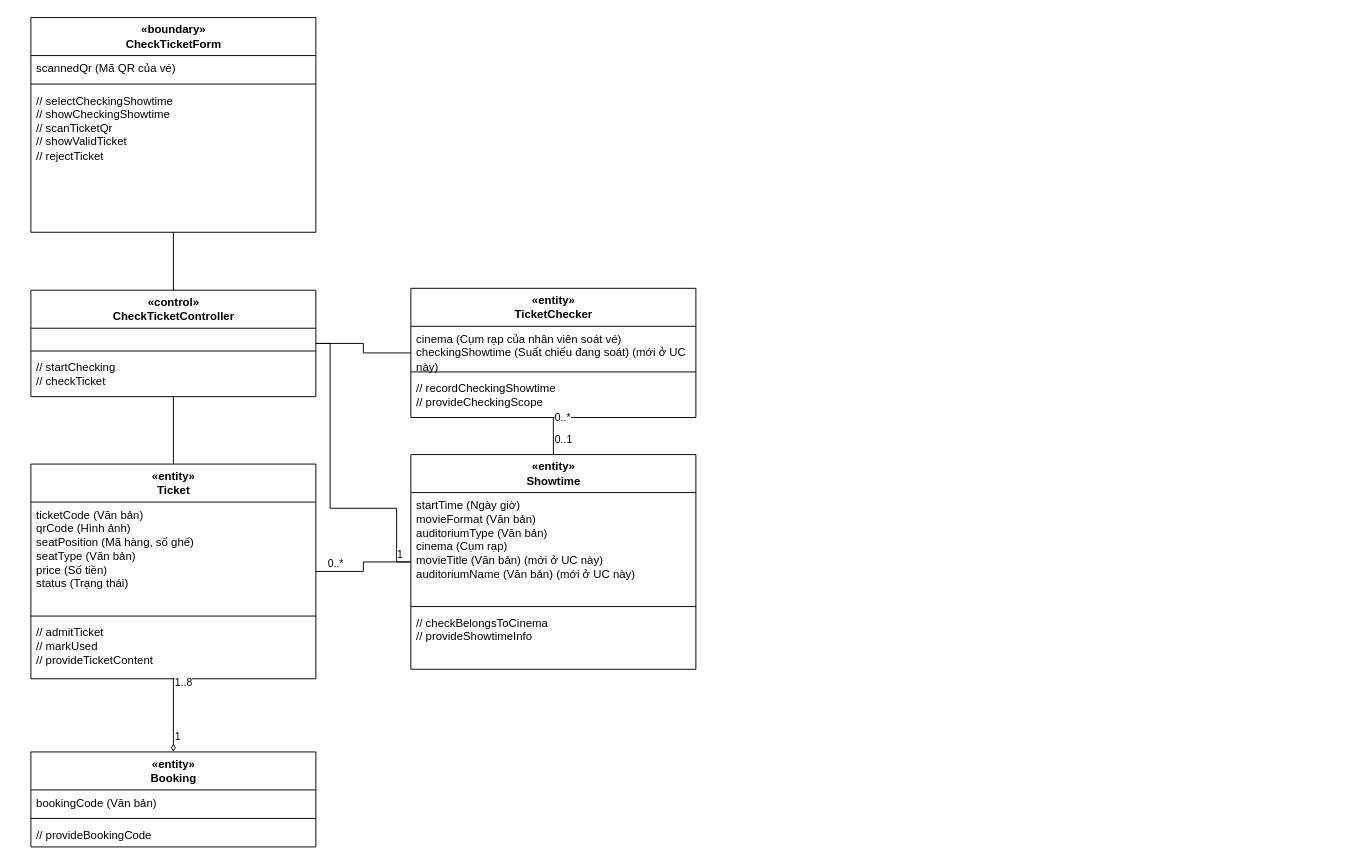
This is design/diagrams/P07-class-UC-009.drawio from luytbq/app-dat-ve-xem-phim, a draw.io file, before an edit. Source tidied: cells renumbered, new cells numbered last; positions are measured from the earlier drawing's top-left corner, leaving out a move shared by most shapes. Both pictures are drawn from the tidied source at 95%, with x=0, y=0 at pixel (30, 17).
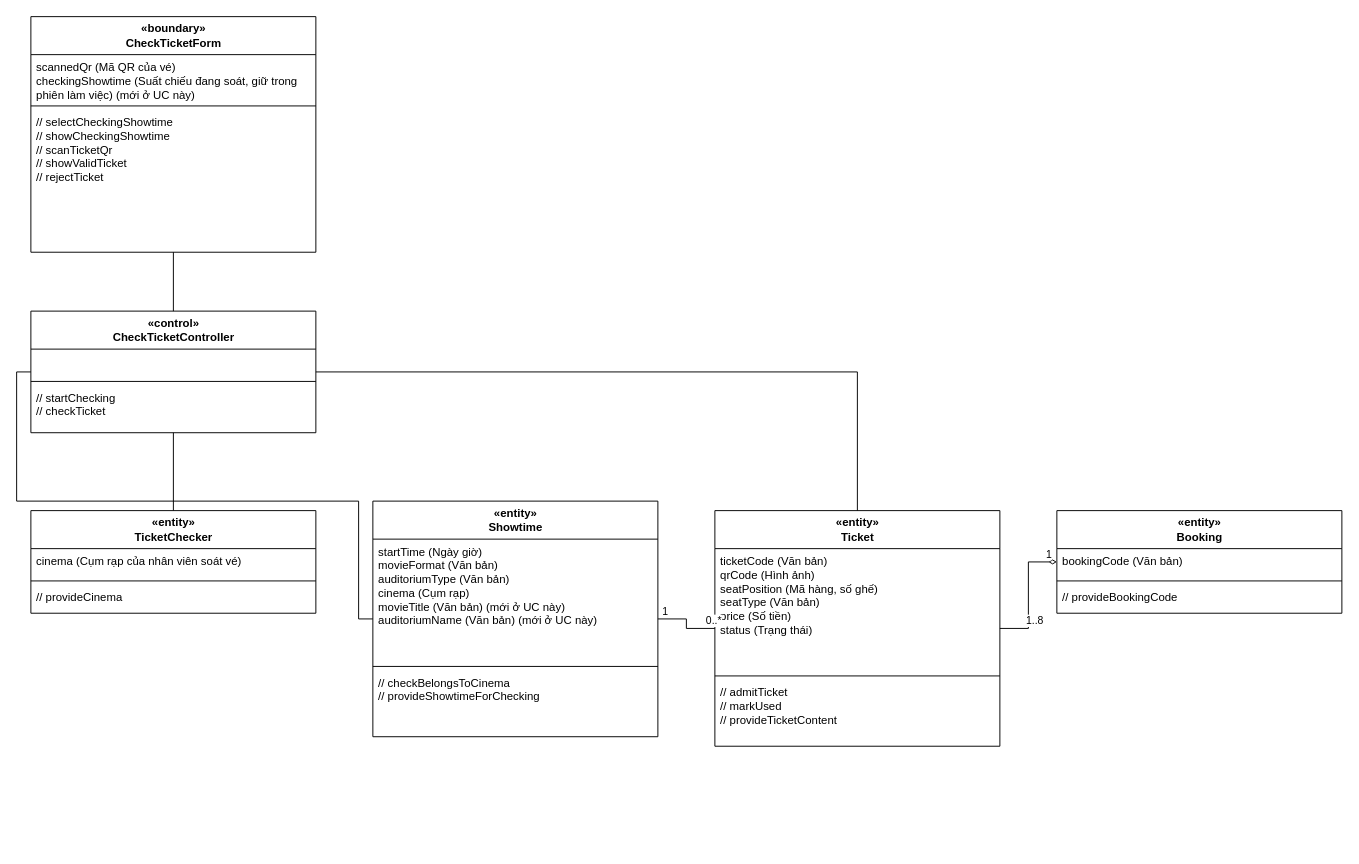
After the change.

Diff of the diagram source:
```diff
@@
     <mxCell id="2" value="«boundary»&lt;br&gt;CheckTicketForm" style="swimlane;fontStyle=1;align=center;horizontal=1;startSize=40;html=1;" parent="1" vertex="1">
-      <mxGeometry width="300" height="226" as="geometry" />
+      <mxGeometry y="-1" width="300" height="248" as="geometry" />
     </mxCell>
-    <mxCell id="3" value="scannedQr (Mã QR của vé)" style="text;strokeColor=none;fillColor=none;align=left;verticalAlign=top;spacingLeft=4;html=1;whiteSpace=wrap;" parent="2" vertex="1">
-      <mxGeometry y="40" width="300" height="26" as="geometry" />
+    <mxCell id="3" value="scannedQr (Mã QR của vé)&lt;br&gt;checkingShowtime (Suất chiếu đang soát, giữ trong phiên làm việc) (mới ở UC này)" style="text;strokeColor=none;fillColor=none;align=left;verticalAlign=top;spacingLeft=4;html=1;whiteSpace=wrap;" parent="2" vertex="1">
+      <mxGeometry y="40" width="300" height="50" as="geometry" />
     </mxCell>
     <mxCell id="4" style="line;strokeWidth=1;fillColor=none;align=left;verticalAlign=middle;spacingTop=-1;spacingLeft=3;spacingRight=3;labelPosition=right;" parent="2" vertex="1">
-      <mxGeometry y="66" width="300" height="8" as="geometry" />
+      <mxGeometry y="90" width="300" height="8" as="geometry" />
     </mxCell>
     <mxCell id="5" value="// selectCheckingShowtime&lt;br&gt;// showCheckingShowtime&lt;br&gt;// scanTicketQr&lt;br&gt;// showValidTicket&lt;br&gt;// rejectTicket" style="text;strokeColor=none;fillColor=none;align=left;verticalAlign=top;spacingLeft=4;html=1;whiteSpace=wrap;" parent="2" vertex="1">
-      <mxGeometry y="74" width="300" height="98" as="geometry" />
+      <mxGeometry y="98" width="300" height="110" as="geometry" />
     </mxCell>
     <mxCell id="6" value="«control»&lt;br&gt;CheckTicketController" style="swimlane;fontStyle=1;align=center;horizontal=1;startSize=40;html=1;" parent="1" vertex="1">
-      <mxGeometry y="287" width="300" height="112" as="geometry" />
+      <mxGeometry y="309" width="300" height="128" as="geometry" />
     </mxCell>
     <mxCell id="7" value=" " style="text;strokeColor=none;fillColor=none;align=left;verticalAlign=top;spacingLeft=4;html=1;whiteSpace=wrap;" parent="6" vertex="1">
-      <mxGeometry y="40" width="300" height="20" as="geometry" />
+      <mxGeometry y="40" width="300" height="30" as="geometry" />
     </mxCell>
     <mxCell id="8" style="line;strokeWidth=1;fillColor=none;align=left;verticalAlign=middle;spacingTop=-1;spacingLeft=3;spacingRight=3;labelPosition=right;" parent="6" vertex="1">
-      <mxGeometry y="60" width="300" height="8" as="geometry" />
+      <mxGeometry y="70" width="300" height="8" as="geometry" />
     </mxCell>
     <mxCell id="9" value="// startChecking&lt;br&gt;// checkTicket" style="text;strokeColor=none;fillColor=none;align=left;verticalAlign=top;spacingLeft=4;html=1;whiteSpace=wrap;" parent="6" vertex="1">
-      <mxGeometry y="68" width="300" height="44" as="geometry" />
+      <mxGeometry y="78" width="300" height="50" as="geometry" />
     </mxCell>
     <mxCell id="10" value="«entity»&lt;br&gt;TicketChecker" style="swimlane;fontStyle=1;align=center;horizontal=1;startSize=40;html=1;" parent="1" vertex="1">
-      <mxGeometry x="400" y="285" width="300" height="136" as="geometry" />
+      <mxGeometry y="519" width="300" height="108" as="geometry" />
     </mxCell>
-    <mxCell id="11" value="cinema (Cụm rạp của nhân viên soát vé)&lt;br&gt;checkingShowtime (Suất chiếu đang soát) (mới ở UC này)" style="text;strokeColor=none;fillColor=none;align=left;verticalAlign=top;spacingLeft=4;html=1;whiteSpace=wrap;" parent="10" vertex="1">
-      <mxGeometry y="40" width="300" height="44" as="geometry" />
+    <mxCell id="11" value="cinema (Cụm rạp của nhân viên soát vé)" style="text;strokeColor=none;fillColor=none;align=left;verticalAlign=top;spacingLeft=4;html=1;whiteSpace=wrap;" parent="10" vertex="1">
+      <mxGeometry y="40" width="300" height="30" as="geometry" />
     </mxCell>
     <mxCell id="12" style="line;strokeWidth=1;fillColor=none;align=left;verticalAlign=middle;spacingTop=-1;spacingLeft=3;spacingRight=3;labelPosition=right;" parent="10" vertex="1">
-      <mxGeometry y="84" width="300" height="8" as="geometry" />
+      <mxGeometry y="70" width="300" height="8" as="geometry" />
     </mxCell>
-    <mxCell id="13" value="// recordCheckingShowtime&lt;br&gt;// provideCheckingScope" style="text;strokeColor=none;fillColor=none;align=left;verticalAlign=top;spacingLeft=4;html=1;whiteSpace=wrap;" parent="10" vertex="1">
-      <mxGeometry y="92" width="300" height="44" as="geometry" />
+    <mxCell id="13" value="// provideCinema" style="text;strokeColor=none;fillColor=none;align=left;verticalAlign=top;spacingLeft=4;html=1;whiteSpace=wrap;" parent="10" vertex="1">
+      <mxGeometry y="78" width="300" height="30" as="geometry" />
     </mxCell>
     <mxCell id="14" value="«entity»&lt;br&gt;Showtime" style="swimlane;fontStyle=1;align=center;horizontal=1;startSize=40;html=1;" parent="1" vertex="1">
-      <mxGeometry x="400" y="460" width="300" height="226" as="geometry" />
+      <mxGeometry x="360" y="509" width="300" height="248" as="geometry" />
     </mxCell>
     <mxCell id="15" value="startTime (Ngày giờ)&lt;br&gt;movieFormat (Văn bản)&lt;br&gt;auditoriumType (Văn bản)&lt;br&gt;cinema (Cụm rạp)&lt;br&gt;movieTitle (Văn bản) (mới ở UC này)&lt;br&gt;auditoriumName (Văn bản) (mới ở UC này)" style="text;strokeColor=none;fillColor=none;align=left;verticalAlign=top;spacingLeft=4;html=1;whiteSpace=wrap;" parent="14" vertex="1">
-      <mxGeometry y="40" width="300" height="116" as="geometry" />
+      <mxGeometry y="40" width="300" height="130" as="geometry" />
     </mxCell>
     <mxCell id="16" style="line;strokeWidth=1;fillColor=none;align=left;verticalAlign=middle;spacingTop=-1;spacingLeft=3;spacingRight=3;labelPosition=right;" parent="14" vertex="1">
-      <mxGeometry y="156" width="300" height="8" as="geometry" />
+      <mxGeometry y="170" width="300" height="8" as="geometry" />
     </mxCell>
-    <mxCell id="17" value="// checkBelongsToCinema&lt;br&gt;// provideShowtimeInfo" style="text;strokeColor=none;fillColor=none;align=left;verticalAlign=top;spacingLeft=4;html=1;whiteSpace=wrap;" parent="14" vertex="1">
-      <mxGeometry y="164" width="300" height="44" as="geometry" />
+    <mxCell id="17" value="// checkBelongsToCinema&lt;br&gt;// provideShowtimeForChecking" style="text;strokeColor=none;fillColor=none;align=left;verticalAlign=top;spacingLeft=4;html=1;whiteSpace=wrap;" parent="14" vertex="1">
+      <mxGeometry y="178" width="300" height="50" as="geometry" />
     </mxCell>
     <mxCell id="18" value="«entity»&lt;br&gt;Ticket" style="swimlane;fontStyle=1;align=center;horizontal=1;startSize=40;html=1;" parent="1" vertex="1">
-      <mxGeometry y="470" width="300" height="226" as="geometry" />
+      <mxGeometry x="720" y="519" width="300" height="248" as="geometry" />
     </mxCell>
     <mxCell id="19" value="ticketCode (Văn bản)&lt;br&gt;qrCode (Hình ảnh)&lt;br&gt;seatPosition (Mã hàng, số ghế)&lt;br&gt;seatType (Văn bản)&lt;br&gt;price (Số tiền)&lt;br&gt;status (Trạng thái)" style="text;strokeColor=none;fillColor=none;align=left;verticalAlign=top;spacingLeft=4;html=1;whiteSpace=wrap;" parent="18" vertex="1">
-      <mxGeometry y="40" width="300" height="116" as="geometry" />
+      <mxGeometry y="40" width="300" height="130" as="geometry" />
     </mxCell>
     <mxCell id="20" style="line;strokeWidth=1;fillColor=none;align=left;verticalAlign=middle;spacingTop=-1;spacingLeft=3;spacingRight=3;labelPosition=right;" parent="18" vertex="1">
-      <mxGeometry y="156" width="300" height="8" as="geometry" />
+      <mxGeometry y="170" width="300" height="8" as="geometry" />
     </mxCell>
     <mxCell id="21" value="// admitTicket&lt;br&gt;// markUsed&lt;br&gt;// provideTicketContent" style="text;strokeColor=none;fillColor=none;align=left;verticalAlign=top;spacingLeft=4;html=1;whiteSpace=wrap;" parent="18" vertex="1">
-      <mxGeometry y="164" width="300" height="62" as="geometry" />
+      <mxGeometry y="178" width="300" height="70" as="geometry" />
     </mxCell>
     <mxCell id="22" value="«entity»&lt;br&gt;Booking" style="swimlane;fontStyle=1;align=center;horizontal=1;startSize=40;html=1;" parent="1" vertex="1">
-      <mxGeometry y="773" width="300" height="100" as="geometry" />
+      <mxGeometry x="1080" y="519" width="300" height="108" as="geometry" />
     </mxCell>
     <mxCell id="23" value="bookingCode (Văn bản)" style="text;strokeColor=none;fillColor=none;align=left;verticalAlign=top;spacingLeft=4;html=1;whiteSpace=wrap;" parent="22" vertex="1">
-      <mxGeometry y="40" width="300" height="26" as="geometry" />
+      <mxGeometry y="40" width="300" height="30" as="geometry" />
     </mxCell>
     <mxCell id="24" style="line;strokeWidth=1;fillColor=none;align=left;verticalAlign=middle;spacingTop=-1;spacingLeft=3;spacingRight=3;labelPosition=right;" parent="22" vertex="1">
-      <mxGeometry y="66" width="300" height="8" as="geometry" />
+      <mxGeometry y="70" width="300" height="8" as="geometry" />
     </mxCell>
     <mxCell id="25" value="// provideBookingCode" style="text;strokeColor=none;fillColor=none;align=left;verticalAlign=top;spacingLeft=4;html=1;whiteSpace=wrap;" parent="22" vertex="1">
-      <mxGeometry y="74" width="300" height="26" as="geometry" />
+      <mxGeometry y="78" width="300" height="30" as="geometry" />
     </mxCell>
@@
-    <mxCell id="28" style="edgeStyle=orthogonalEdgeStyle;rounded=0;html=1;endArrow=none;exitX=1;exitY=0.5;exitDx=0;exitDy=0;entryX=0;entryY=0.5;entryDx=0;entryDy=0;" parent="1" edge="1" source="6" target="14">
+    <mxCell id="28" style="edgeStyle=orthogonalEdgeStyle;rounded=0;html=1;endArrow=none;exitX=0;exitY=0.5;exitDx=0;exitDy=0;entryX=0;entryY=0.5;entryDx=0;entryDy=0;" parent="1" edge="1" source="6" target="14">
       <mxGeometry relative="1" as="geometry">
         <Array as="points">
-          <mxPoint x="315" y="343" />
-          <mxPoint x="315" y="516.5" />
-          <mxPoint x="385" y="516.5" />
-          <mxPoint x="385" y="573" />
+          <mxPoint x="-15" y="373" />
+          <mxPoint x="-15" y="509" />
+          <mxPoint x="345" y="509" />
+          <mxPoint x="345" y="633" />
         </Array>
       </mxGeometry>
     </mxCell>
-    <mxCell id="29" style="edgeStyle=orthogonalEdgeStyle;rounded=0;html=1;endArrow=none;" parent="1" edge="1" source="6" target="18">
-      <mxGeometry relative="1" as="geometry" />
+    <mxCell id="29" style="edgeStyle=orthogonalEdgeStyle;rounded=0;html=1;endArrow=none;exitX=1;exitY=0.5;exitDx=0;exitDy=0;entryX=0.5;entryY=0;entryDx=0;entryDy=0;" parent="1" edge="1" source="6" target="18">
+      <mxGeometry relative="1" as="geometry">
+        <Array as="points">
+          <mxPoint x="870" y="373" />
+        </Array>
+      </mxGeometry>
     </mxCell>
-    <mxCell id="30" style="edgeStyle=orthogonalEdgeStyle;rounded=0;html=1;endArrow=none;" parent="1" edge="1" source="10" target="14">
+    <mxCell id="30" style="edgeStyle=orthogonalEdgeStyle;rounded=0;html=1;endArrow=none;" parent="1" edge="1" source="18" target="14">
       <mxGeometry relative="1" as="geometry" />
     </mxCell>
     <mxCell id="31" value="0..*" style="edgeLabel;html=1;align=left;verticalAlign=bottom;" parent="30" vertex="1">
-      <mxGeometry x="-0.6" relative="1" as="geometry" />
+      <mxGeometry x="-0.7" relative="1" as="geometry" />
     </mxCell>
-    <mxCell id="32" value="0..1" style="edgeLabel;html=1;align=left;verticalAlign=bottom;" parent="30" vertex="1">
-      <mxGeometry x="0.6" relative="1" as="geometry" />
+    <mxCell id="32" value="1" style="edgeLabel;html=1;align=left;verticalAlign=bottom;" parent="30" vertex="1">
+      <mxGeometry x="0.9" relative="1" as="geometry" />
     </mxCell>
-    <mxCell id="33" style="edgeStyle=orthogonalEdgeStyle;rounded=0;html=1;endArrow=none;" parent="1" edge="1" source="18" target="14">
+    <mxCell id="33" style="edgeStyle=orthogonalEdgeStyle;rounded=0;html=1;endArrow=none;startArrow=diamondThin;startFill=0;" parent="1" edge="1" source="22" target="18">
       <mxGeometry relative="1" as="geometry" />
     </mxCell>
-    <mxCell id="34" value="0..*" style="edgeLabel;html=1;align=left;verticalAlign=bottom;" parent="33" vertex="1">
+    <mxCell id="34" value="1" style="edgeLabel;html=1;align=left;verticalAlign=bottom;" parent="33" vertex="1">
       <mxGeometry x="-0.8" relative="1" as="geometry" />
     </mxCell>
-    <mxCell id="35" value="1" style="edgeLabel;html=1;align=left;verticalAlign=bottom;" parent="33" vertex="1">
-      <mxGeometry x="0.7" relative="1" as="geometry" />
+    <mxCell id="35" value="1..8" style="edgeLabel;html=1;align=left;verticalAlign=bottom;" parent="33" vertex="1">
+      <mxGeometry x="0.6" relative="1" as="geometry" />
     </mxCell>
-    <mxCell id="36" style="edgeStyle=orthogonalEdgeStyle;rounded=0;html=1;endArrow=none;startArrow=diamondThin;startFill=0;" parent="1" edge="1" source="22" target="18">
-      <mxGeometry relative="1" as="geometry" />
-    </mxCell>
-    <mxCell id="37" value="1" style="edgeLabel;html=1;align=left;verticalAlign=bottom;" parent="36" vertex="1">
-      <mxGeometry x="-0.8" relative="1" as="geometry" />
-    </mxCell>
-    <mxCell id="38" value="1..8" style="edgeLabel;html=1;align=left;verticalAlign=bottom;" parent="36" vertex="1">
-      <mxGeometry x="0.7" relative="1" as="geometry" />
-    </mxCell>
```
